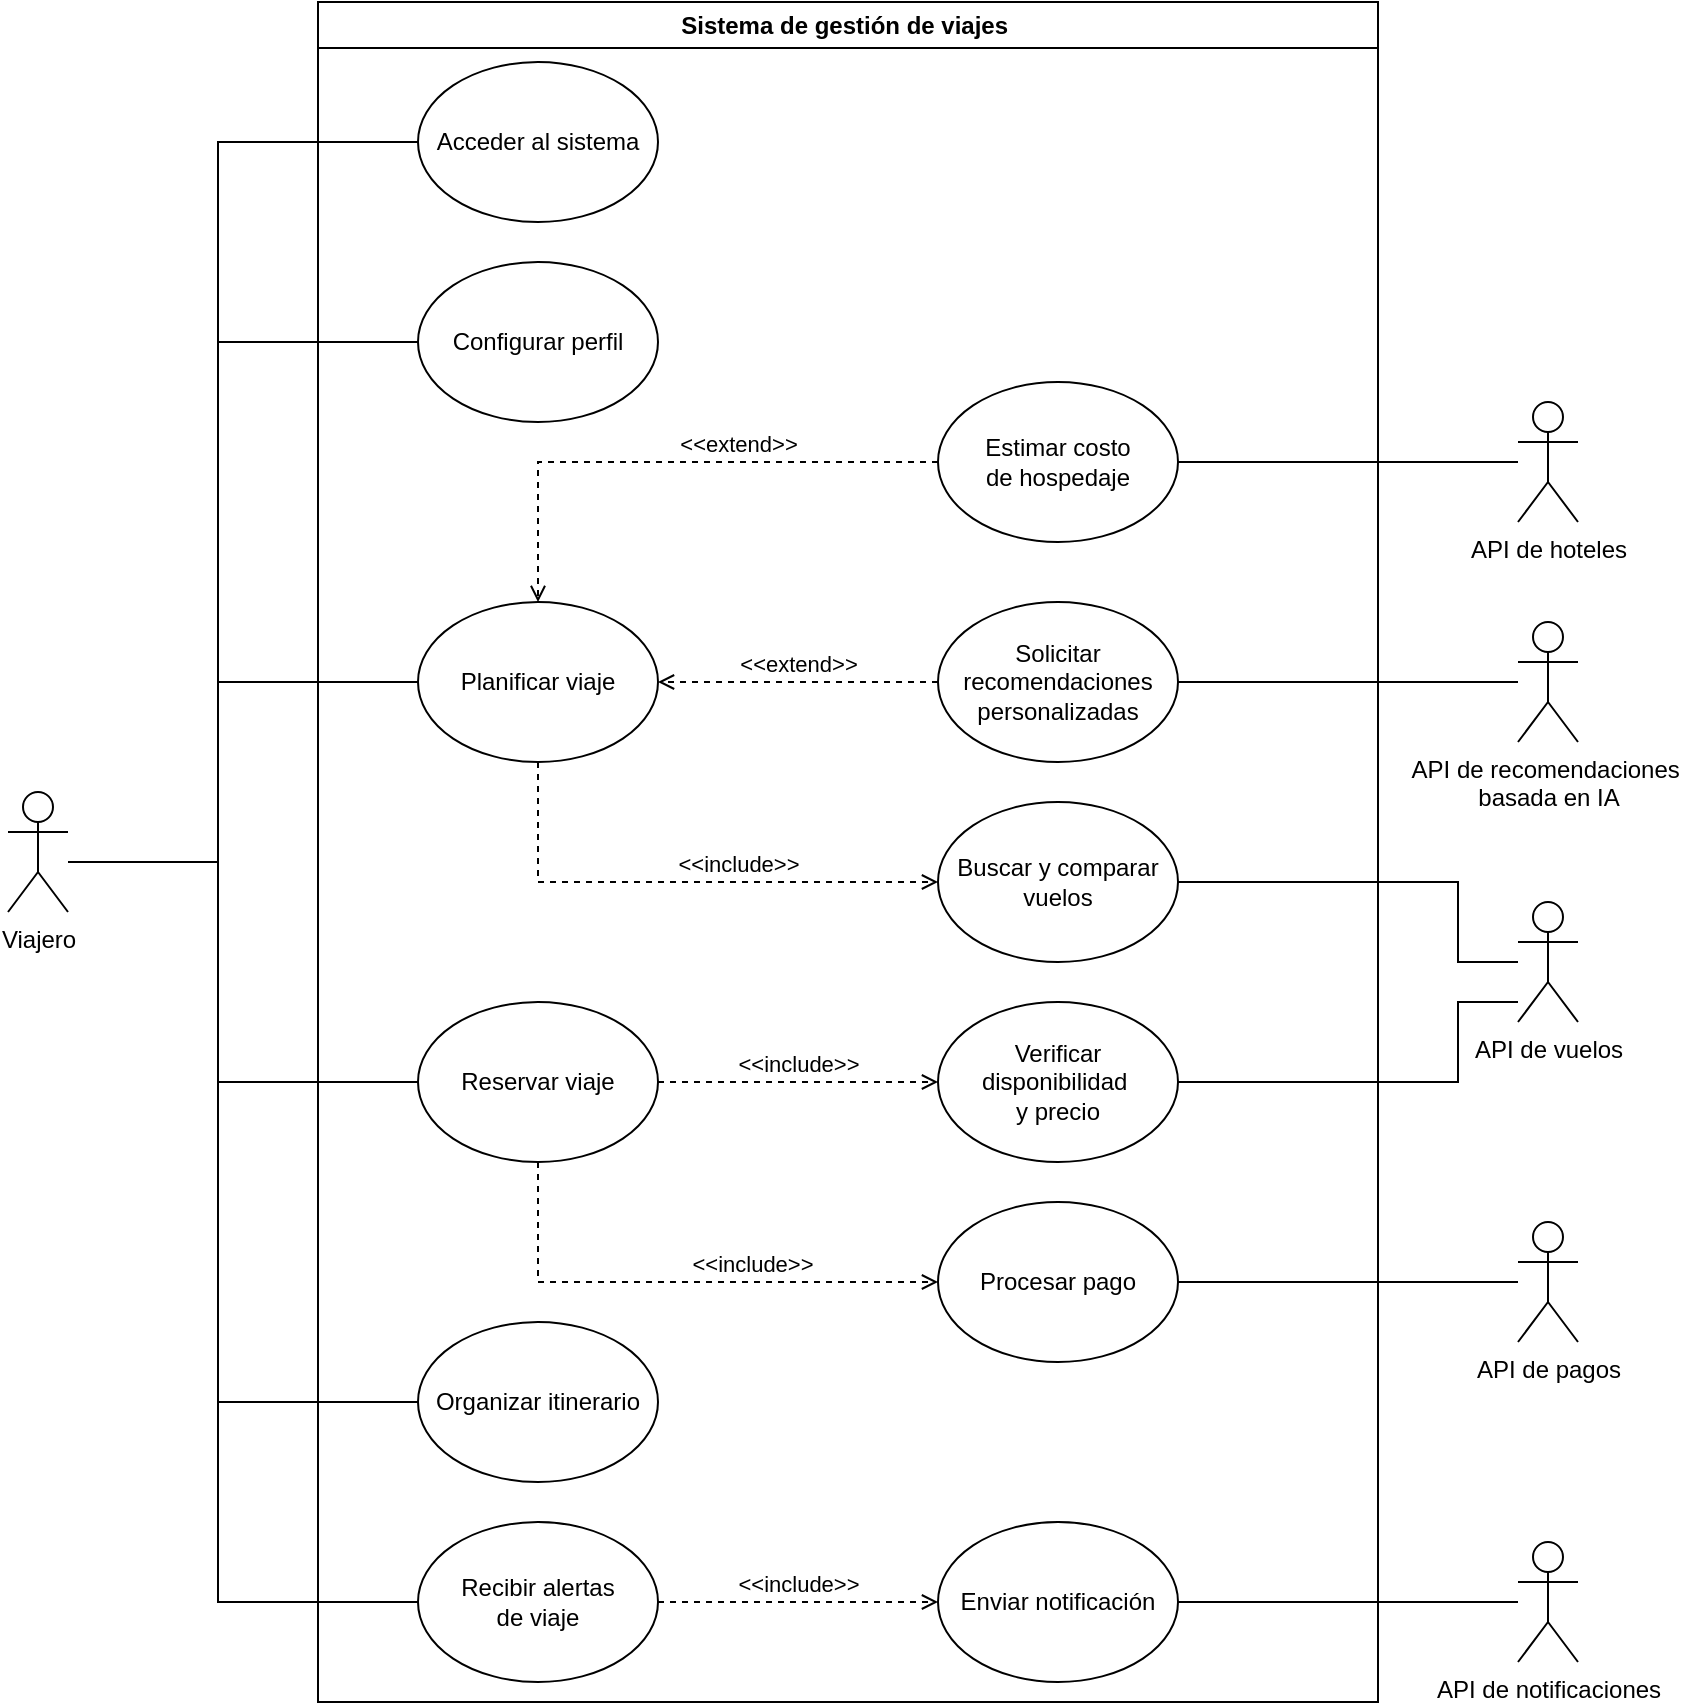
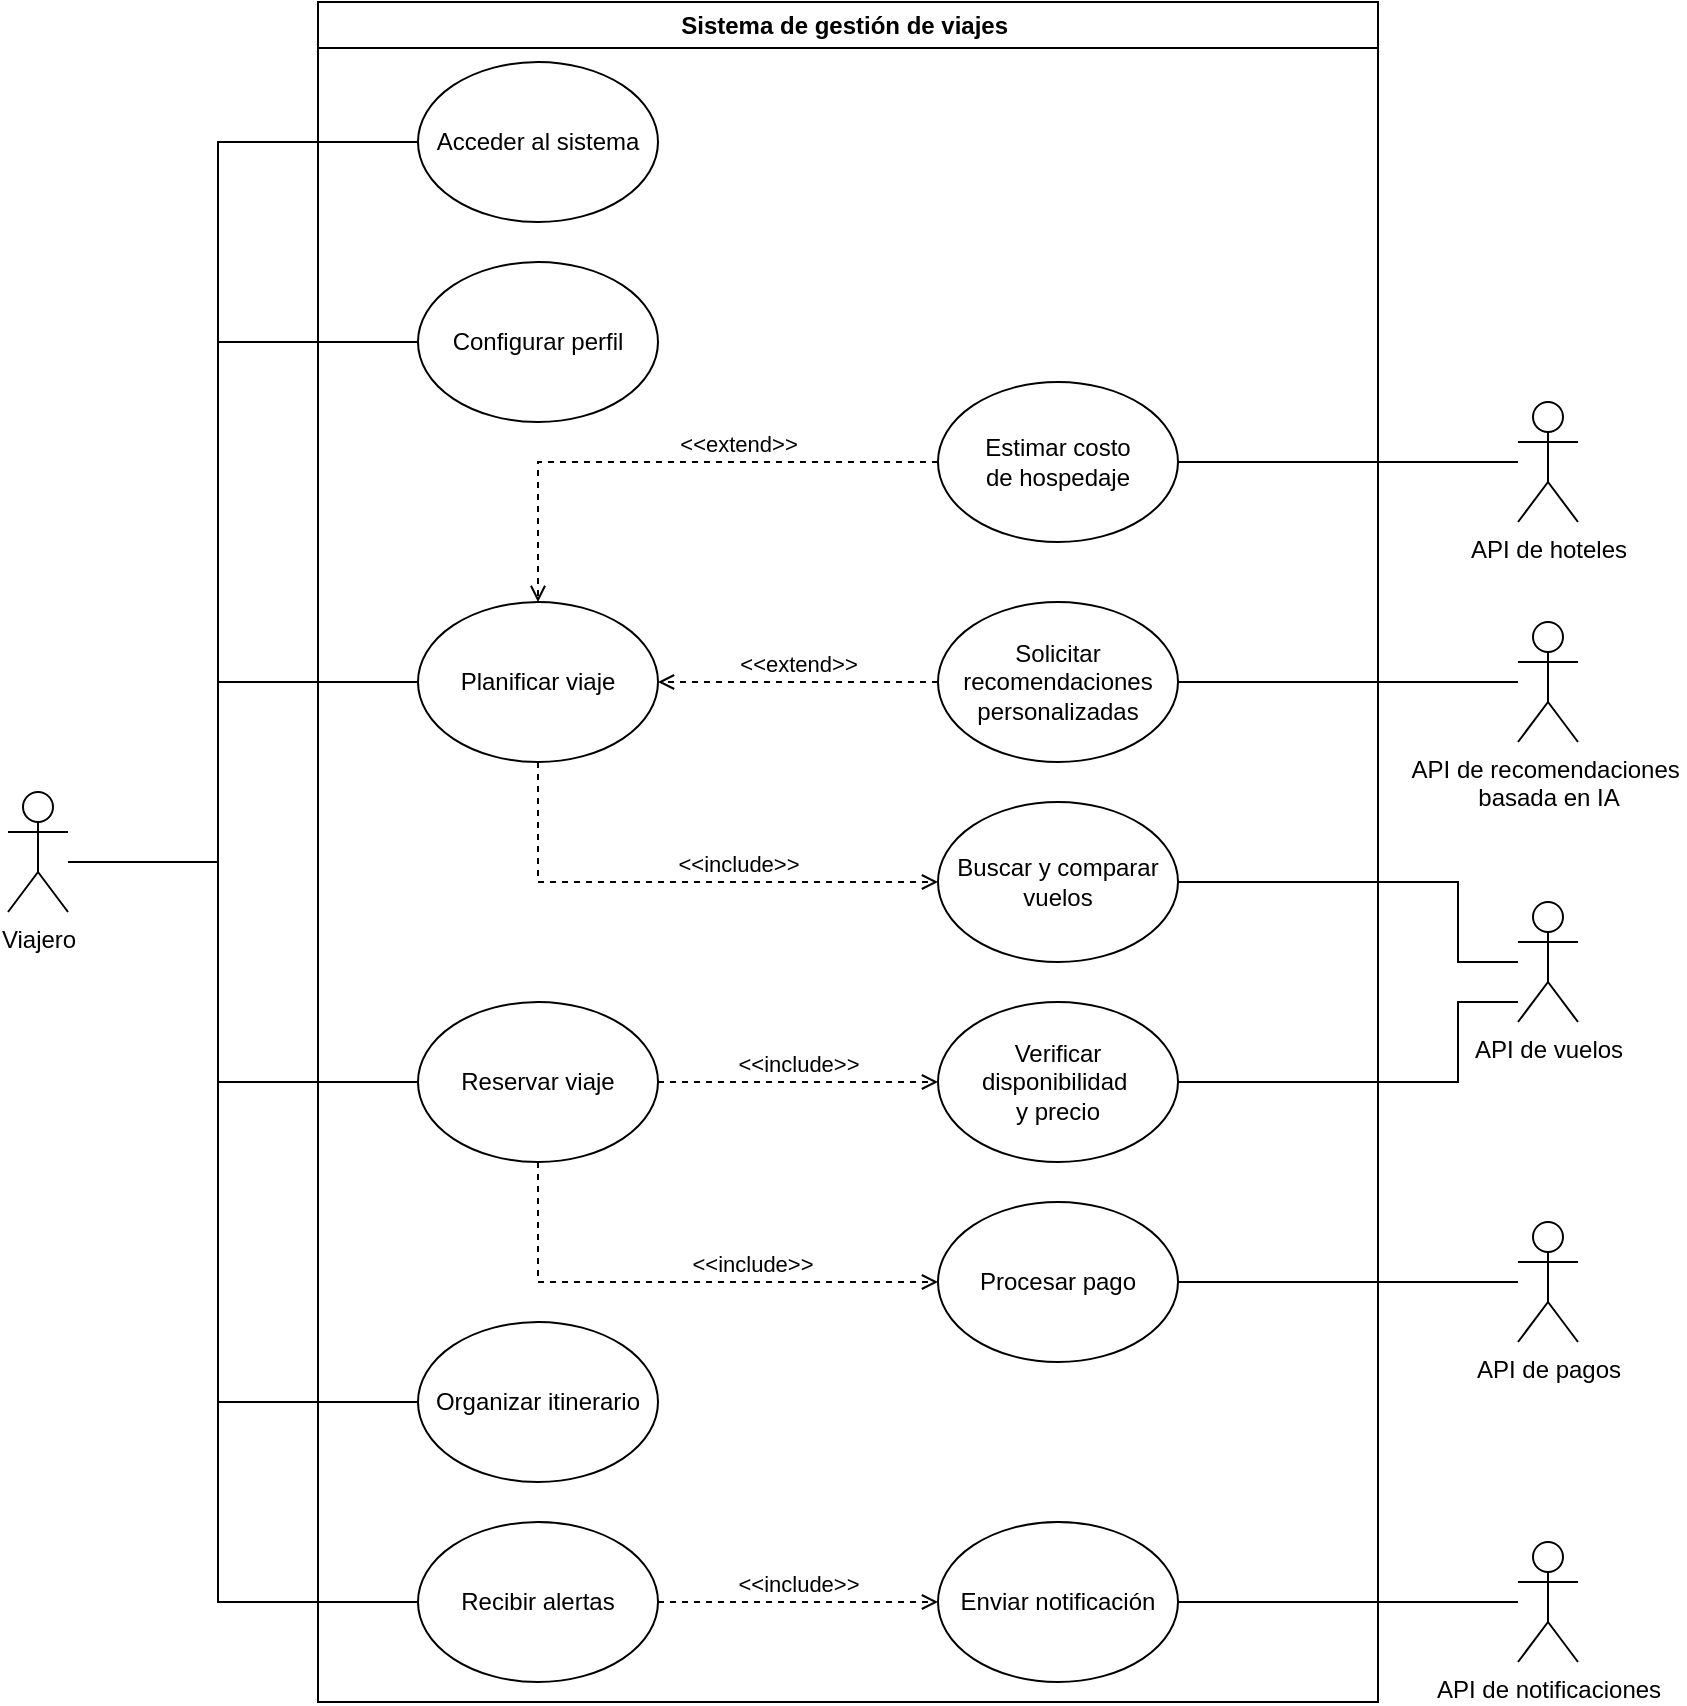
<mxfile host="app.diagrams.net">
  <diagram name="Page-1" id="XnlLk0_bylsUyL-8FBiT">
-     <mxGraphModel dx="1166" dy="803" grid="1" gridSize="10" guides="1" tooltips="1" connect="1" arrows="1" fold="1" page="1" pageScale="1" pageWidth="850" pageHeight="1100" math="0" shadow="0">
+     <mxGraphModel dx="1737" dy="909" grid="1" gridSize="10" guides="1" tooltips="1" connect="1" arrows="1" fold="1" page="1" pageScale="1" pageWidth="850" pageHeight="1100" math="0" shadow="0">
      <root>
        <mxCell id="0" />
        <mxCell id="1" parent="0" />
        <mxCell id="KQGbA0OoH7bpT-P9qRUj-61" edge="1" parent="1" source="KQGbA0OoH7bpT-P9qRUj-1" style="edgeStyle=orthogonalEdgeStyle;rounded=0;orthogonalLoop=1;jettySize=auto;html=1;entryX=0;entryY=0.5;entryDx=0;entryDy=0;endArrow=none;endFill=0;" target="KQGbA0OoH7bpT-P9qRUj-55">
          <mxGeometry relative="1" as="geometry">
            <Array as="points">
              <mxPoint x="220" y="600" />
              <mxPoint x="220" y="240" />
            </Array>
          </mxGeometry>
        </mxCell>
        <mxCell id="KQGbA0OoH7bpT-P9qRUj-62" edge="1" parent="1" source="KQGbA0OoH7bpT-P9qRUj-1" style="edgeStyle=orthogonalEdgeStyle;rounded=0;orthogonalLoop=1;jettySize=auto;html=1;entryX=0;entryY=0.5;entryDx=0;entryDy=0;endArrow=none;endFill=0;" target="KQGbA0OoH7bpT-P9qRUj-56">
          <mxGeometry relative="1" as="geometry">
            <Array as="points">
              <mxPoint x="220" y="600" />
              <mxPoint x="220" y="340" />
            </Array>
          </mxGeometry>
        </mxCell>
        <mxCell id="KQGbA0OoH7bpT-P9qRUj-63" edge="1" parent="1" source="KQGbA0OoH7bpT-P9qRUj-1" style="edgeStyle=orthogonalEdgeStyle;rounded=0;orthogonalLoop=1;jettySize=auto;html=1;entryX=0;entryY=0.5;entryDx=0;entryDy=0;endArrow=none;endFill=0;" target="KQGbA0OoH7bpT-P9qRUj-57">
          <mxGeometry relative="1" as="geometry">
            <Array as="points">
              <mxPoint x="220" y="600" />
              <mxPoint x="220" y="510" />
            </Array>
          </mxGeometry>
        </mxCell>
        <mxCell id="KQGbA0OoH7bpT-P9qRUj-64" edge="1" parent="1" source="KQGbA0OoH7bpT-P9qRUj-1" style="edgeStyle=orthogonalEdgeStyle;rounded=0;orthogonalLoop=1;jettySize=auto;html=1;entryX=0;entryY=0.5;entryDx=0;entryDy=0;endArrow=none;endFill=0;" target="KQGbA0OoH7bpT-P9qRUj-58">
          <mxGeometry relative="1" as="geometry">
            <Array as="points">
              <mxPoint x="220" y="600" />
              <mxPoint x="220" y="710" />
            </Array>
          </mxGeometry>
        </mxCell>
        <mxCell id="KQGbA0OoH7bpT-P9qRUj-65" edge="1" parent="1" source="KQGbA0OoH7bpT-P9qRUj-1" style="edgeStyle=orthogonalEdgeStyle;rounded=0;orthogonalLoop=1;jettySize=auto;html=1;entryX=0;entryY=0.5;entryDx=0;entryDy=0;endArrow=none;endFill=0;" target="KQGbA0OoH7bpT-P9qRUj-59">
          <mxGeometry relative="1" as="geometry">
            <Array as="points">
              <mxPoint x="220" y="600" />
              <mxPoint x="220" y="870" />
            </Array>
          </mxGeometry>
        </mxCell>
        <mxCell id="KQGbA0OoH7bpT-P9qRUj-66" edge="1" parent="1" source="KQGbA0OoH7bpT-P9qRUj-1" style="edgeStyle=orthogonalEdgeStyle;rounded=0;orthogonalLoop=1;jettySize=auto;html=1;entryX=0;entryY=0.5;entryDx=0;entryDy=0;endArrow=none;endFill=0;" target="KQGbA0OoH7bpT-P9qRUj-60">
          <mxGeometry relative="1" as="geometry">
            <Array as="points">
              <mxPoint x="220" y="600" />
              <mxPoint x="220" y="970" />
            </Array>
          </mxGeometry>
        </mxCell>
        <mxCell id="KQGbA0OoH7bpT-P9qRUj-1" parent="1" style="shape=umlActor;verticalLabelPosition=bottom;verticalAlign=top;html=1;outlineConnect=0;" value="Viajero" vertex="1">
          <mxGeometry height="60" width="30" x="115" y="565" as="geometry" />
        </mxCell>
        <mxCell id="KQGbA0OoH7bpT-P9qRUj-2" parent="1" style="swimlane;whiteSpace=wrap;html=1;" value="Sistema de gestión de viajes&amp;nbsp;" vertex="1">
          <mxGeometry height="850" width="530" x="270" y="170" as="geometry" />
        </mxCell>
        <mxCell id="KQGbA0OoH7bpT-P9qRUj-55" parent="KQGbA0OoH7bpT-P9qRUj-2" style="ellipse;whiteSpace=wrap;html=1;" value="Acceder al sistema" vertex="1">
          <mxGeometry height="80" width="120" x="50" y="30" as="geometry" />
        </mxCell>
        <mxCell id="KQGbA0OoH7bpT-P9qRUj-56" parent="KQGbA0OoH7bpT-P9qRUj-2" style="ellipse;whiteSpace=wrap;html=1;" value="&lt;div&gt;Configurar perfil&lt;/div&gt;" vertex="1">
          <mxGeometry height="80" width="120" x="50" y="130" as="geometry" />
        </mxCell>
        <mxCell id="KQGbA0OoH7bpT-P9qRUj-57" parent="KQGbA0OoH7bpT-P9qRUj-2" style="ellipse;whiteSpace=wrap;html=1;" value="Planificar viaje" vertex="1">
          <mxGeometry height="80" width="120" x="50" y="300" as="geometry" />
        </mxCell>
        <mxCell id="KQGbA0OoH7bpT-P9qRUj-59" parent="KQGbA0OoH7bpT-P9qRUj-2" style="ellipse;whiteSpace=wrap;html=1;" value="Organizar itinerario" vertex="1">
          <mxGeometry height="80" width="120" x="50" y="660" as="geometry" />
        </mxCell>
        <mxCell id="KQGbA0OoH7bpT-P9qRUj-58" parent="KQGbA0OoH7bpT-P9qRUj-2" style="ellipse;whiteSpace=wrap;html=1;" value="Reservar viaje" vertex="1">
          <mxGeometry height="80" width="120" x="50" y="500" as="geometry" />
        </mxCell>
-         <mxCell id="KQGbA0OoH7bpT-P9qRUj-60" parent="KQGbA0OoH7bpT-P9qRUj-2" style="ellipse;whiteSpace=wrap;html=1;" value="&lt;div&gt;Recibir alertas&lt;/div&gt;&lt;div&gt;de viaje&lt;/div&gt;" vertex="1">
+         <mxCell id="KQGbA0OoH7bpT-P9qRUj-60" parent="KQGbA0OoH7bpT-P9qRUj-2" style="ellipse;whiteSpace=wrap;html=1;" value="&lt;div&gt;Recibir alertas&lt;/div&gt;" vertex="1">
          <mxGeometry height="80" width="120" x="50" y="760" as="geometry" />
        </mxCell>
        <mxCell id="KQGbA0OoH7bpT-P9qRUj-67" parent="KQGbA0OoH7bpT-P9qRUj-2" style="ellipse;whiteSpace=wrap;html=1;" value="Buscar y comparar vuelos" vertex="1">
          <mxGeometry height="80" width="120" x="310" y="400" as="geometry" />
        </mxCell>
        <mxCell id="KQGbA0OoH7bpT-P9qRUj-68" parent="KQGbA0OoH7bpT-P9qRUj-2" style="ellipse;whiteSpace=wrap;html=1;" value="Solicitar recomendaciones personalizadas" vertex="1">
          <mxGeometry height="80" width="120" x="310" y="300" as="geometry" />
        </mxCell>
        <mxCell id="KQGbA0OoH7bpT-P9qRUj-72" parent="KQGbA0OoH7bpT-P9qRUj-2" style="ellipse;whiteSpace=wrap;html=1;" value="&lt;div&gt;Estimar costo&lt;/div&gt;&lt;div&gt;de hospedaje&lt;/div&gt;" vertex="1">
          <mxGeometry height="80" width="120" x="310" y="190" as="geometry" />
        </mxCell>
        <mxCell id="KQGbA0OoH7bpT-P9qRUj-73" edge="1" parent="KQGbA0OoH7bpT-P9qRUj-2" source="KQGbA0OoH7bpT-P9qRUj-72" style="html=1;verticalAlign=bottom;labelBackgroundColor=none;endArrow=open;endFill=0;dashed=1;rounded=0;entryX=0.5;entryY=0;entryDx=0;entryDy=0;exitX=0;exitY=0.5;exitDx=0;exitDy=0;" target="KQGbA0OoH7bpT-P9qRUj-57" value="&amp;lt;&amp;lt;extend&amp;gt;&amp;gt;">
          <mxGeometry relative="1" width="160" x="-0.2593" as="geometry">
            <mxPoint as="offset" />
            <Array as="points">
              <mxPoint x="110" y="230" />
            </Array>
            <mxPoint x="270" y="320" as="sourcePoint" />
            <mxPoint x="430" y="320" as="targetPoint" />
          </mxGeometry>
        </mxCell>
        <mxCell id="KQGbA0OoH7bpT-P9qRUj-74" parent="KQGbA0OoH7bpT-P9qRUj-2" style="ellipse;whiteSpace=wrap;html=1;" value="&lt;div&gt;Verificar disponibilidad&amp;nbsp;&lt;/div&gt;&lt;div&gt;y precio&lt;/div&gt;" vertex="1">
          <mxGeometry height="80" width="120" x="310" y="500" as="geometry" />
        </mxCell>
        <mxCell id="KQGbA0OoH7bpT-P9qRUj-75" parent="KQGbA0OoH7bpT-P9qRUj-2" style="ellipse;whiteSpace=wrap;html=1;" value="Procesar pago" vertex="1">
          <mxGeometry height="80" width="120" x="310" y="600" as="geometry" />
        </mxCell>
        <mxCell id="KQGbA0OoH7bpT-P9qRUj-76" edge="1" parent="KQGbA0OoH7bpT-P9qRUj-2" source="KQGbA0OoH7bpT-P9qRUj-58" style="html=1;verticalAlign=bottom;labelBackgroundColor=none;endArrow=open;endFill=0;dashed=1;rounded=0;entryX=0;entryY=0.5;entryDx=0;entryDy=0;exitX=1;exitY=0.5;exitDx=0;exitDy=0;" target="KQGbA0OoH7bpT-P9qRUj-74" value="&amp;lt;&amp;lt;include&amp;gt;&amp;gt;">
          <mxGeometry relative="1" width="160" as="geometry">
            <mxPoint x="210" y="460" as="sourcePoint" />
            <mxPoint x="370" y="460" as="targetPoint" />
          </mxGeometry>
        </mxCell>
        <mxCell id="KQGbA0OoH7bpT-P9qRUj-77" edge="1" parent="KQGbA0OoH7bpT-P9qRUj-2" source="KQGbA0OoH7bpT-P9qRUj-58" style="html=1;verticalAlign=bottom;labelBackgroundColor=none;endArrow=open;endFill=0;dashed=1;rounded=0;exitX=0.5;exitY=1;exitDx=0;exitDy=0;entryX=0;entryY=0.5;entryDx=0;entryDy=0;" target="KQGbA0OoH7bpT-P9qRUj-75" value="&amp;lt;&amp;lt;include&amp;gt;&amp;gt;">
          <mxGeometry relative="1" width="160" x="0.28" as="geometry">
            <mxPoint as="offset" />
            <Array as="points">
              <mxPoint x="110" y="640" />
            </Array>
            <mxPoint x="210" y="460" as="sourcePoint" />
            <mxPoint x="370" y="460" as="targetPoint" />
          </mxGeometry>
        </mxCell>
        <mxCell id="KQGbA0OoH7bpT-P9qRUj-78" parent="KQGbA0OoH7bpT-P9qRUj-2" style="ellipse;whiteSpace=wrap;html=1;" value="Enviar notificación" vertex="1">
          <mxGeometry height="80" width="120" x="310" y="760" as="geometry" />
        </mxCell>
        <mxCell id="KQGbA0OoH7bpT-P9qRUj-79" edge="1" parent="KQGbA0OoH7bpT-P9qRUj-2" source="KQGbA0OoH7bpT-P9qRUj-60" style="html=1;verticalAlign=bottom;labelBackgroundColor=none;endArrow=open;endFill=0;dashed=1;rounded=0;entryX=0;entryY=0.5;entryDx=0;entryDy=0;exitX=1;exitY=0.5;exitDx=0;exitDy=0;" target="KQGbA0OoH7bpT-P9qRUj-78" value="&amp;lt;&amp;lt;include&amp;gt;&amp;gt;">
          <mxGeometry relative="1" width="160" as="geometry">
            <mxPoint x="210" y="460" as="sourcePoint" />
            <mxPoint x="370" y="460" as="targetPoint" />
          </mxGeometry>
        </mxCell>
        <mxCell id="KQGbA0OoH7bpT-P9qRUj-93" edge="1" parent="KQGbA0OoH7bpT-P9qRUj-2" source="KQGbA0OoH7bpT-P9qRUj-57" style="html=1;verticalAlign=bottom;labelBackgroundColor=none;endArrow=open;endFill=0;dashed=1;rounded=0;exitX=0.5;exitY=1;exitDx=0;exitDy=0;entryX=0;entryY=0.5;entryDx=0;entryDy=0;" target="KQGbA0OoH7bpT-P9qRUj-67" value="&amp;lt;&amp;lt;include&amp;gt;&amp;gt;">
          <mxGeometry relative="1" width="160" x="0.2308" as="geometry">
            <mxPoint as="offset" />
            <Array as="points">
              <mxPoint x="110" y="440" />
            </Array>
            <mxPoint x="450" y="490" as="sourcePoint" />
            <mxPoint x="610" y="490" as="targetPoint" />
          </mxGeometry>
        </mxCell>
        <mxCell id="KQGbA0OoH7bpT-P9qRUj-94" edge="1" parent="KQGbA0OoH7bpT-P9qRUj-2" source="KQGbA0OoH7bpT-P9qRUj-68" style="html=1;verticalAlign=bottom;labelBackgroundColor=none;endArrow=open;endFill=0;dashed=1;rounded=0;entryX=1;entryY=0.5;entryDx=0;entryDy=0;exitX=0;exitY=0.5;exitDx=0;exitDy=0;" target="KQGbA0OoH7bpT-P9qRUj-57" value="&amp;lt;&amp;lt;extend&amp;gt;&amp;gt;">
          <mxGeometry relative="1" width="160" as="geometry">
            <mxPoint x="450" y="490" as="sourcePoint" />
            <mxPoint x="610" y="490" as="targetPoint" />
          </mxGeometry>
        </mxCell>
        <mxCell id="KQGbA0OoH7bpT-P9qRUj-96" edge="1" parent="1" source="KQGbA0OoH7bpT-P9qRUj-80" style="edgeStyle=orthogonalEdgeStyle;rounded=0;orthogonalLoop=1;jettySize=auto;html=1;entryX=1;entryY=0.5;entryDx=0;entryDy=0;endArrow=none;endFill=0;" target="KQGbA0OoH7bpT-P9qRUj-67">
          <mxGeometry relative="1" as="geometry">
            <Array as="points">
              <mxPoint x="840" y="650" />
              <mxPoint x="840" y="610" />
            </Array>
          </mxGeometry>
        </mxCell>
        <mxCell id="KQGbA0OoH7bpT-P9qRUj-97" edge="1" parent="1" source="KQGbA0OoH7bpT-P9qRUj-80" style="edgeStyle=orthogonalEdgeStyle;rounded=0;orthogonalLoop=1;jettySize=auto;html=1;entryX=1;entryY=0.5;entryDx=0;entryDy=0;endArrow=none;endFill=0;" target="KQGbA0OoH7bpT-P9qRUj-74">
          <mxGeometry relative="1" as="geometry">
            <Array as="points">
              <mxPoint x="840" y="670" />
              <mxPoint x="840" y="710" />
            </Array>
          </mxGeometry>
        </mxCell>
        <mxCell id="KQGbA0OoH7bpT-P9qRUj-80" parent="1" style="shape=umlActor;verticalLabelPosition=bottom;verticalAlign=top;html=1;outlineConnect=0;" value="API de vuelos" vertex="1">
          <mxGeometry height="60" width="30" x="870" y="620" as="geometry" />
        </mxCell>
        <mxCell id="KQGbA0OoH7bpT-P9qRUj-89" edge="1" parent="1" source="KQGbA0OoH7bpT-P9qRUj-81" style="edgeStyle=orthogonalEdgeStyle;rounded=0;orthogonalLoop=1;jettySize=auto;html=1;entryX=1;entryY=0.5;entryDx=0;entryDy=0;endArrow=none;endFill=0;" target="KQGbA0OoH7bpT-P9qRUj-68">
          <mxGeometry relative="1" as="geometry" />
        </mxCell>
        <mxCell id="KQGbA0OoH7bpT-P9qRUj-81" parent="1" style="shape=umlActor;verticalLabelPosition=bottom;verticalAlign=top;html=1;outlineConnect=0;" value="&lt;div&gt;API de recomendaciones&amp;nbsp;&lt;/div&gt;&lt;div&gt;basada en IA&lt;/div&gt;" vertex="1">
          <mxGeometry height="60" width="30" x="870" y="480" as="geometry" />
        </mxCell>
        <mxCell id="KQGbA0OoH7bpT-P9qRUj-90" edge="1" parent="1" source="KQGbA0OoH7bpT-P9qRUj-82" style="edgeStyle=orthogonalEdgeStyle;rounded=0;orthogonalLoop=1;jettySize=auto;html=1;entryX=1;entryY=0.5;entryDx=0;entryDy=0;endArrow=none;endFill=0;" target="KQGbA0OoH7bpT-P9qRUj-72">
          <mxGeometry relative="1" as="geometry" />
        </mxCell>
        <mxCell id="KQGbA0OoH7bpT-P9qRUj-82" parent="1" style="shape=umlActor;verticalLabelPosition=bottom;verticalAlign=top;html=1;outlineConnect=0;" value="API de hoteles" vertex="1">
          <mxGeometry height="60" width="30" x="870" y="370" as="geometry" />
        </mxCell>
        <mxCell id="KQGbA0OoH7bpT-P9qRUj-91" edge="1" parent="1" source="KQGbA0OoH7bpT-P9qRUj-83" style="edgeStyle=orthogonalEdgeStyle;rounded=0;orthogonalLoop=1;jettySize=auto;html=1;entryX=1;entryY=0.5;entryDx=0;entryDy=0;endArrow=none;endFill=0;" target="KQGbA0OoH7bpT-P9qRUj-75">
          <mxGeometry relative="1" as="geometry" />
        </mxCell>
        <mxCell id="KQGbA0OoH7bpT-P9qRUj-83" parent="1" style="shape=umlActor;verticalLabelPosition=bottom;verticalAlign=top;html=1;outlineConnect=0;" value="API de pagos" vertex="1">
          <mxGeometry height="60" width="30" x="870" y="780" as="geometry" />
        </mxCell>
        <mxCell id="KQGbA0OoH7bpT-P9qRUj-92" edge="1" parent="1" source="KQGbA0OoH7bpT-P9qRUj-84" style="edgeStyle=orthogonalEdgeStyle;rounded=0;orthogonalLoop=1;jettySize=auto;html=1;entryX=1;entryY=0.5;entryDx=0;entryDy=0;endArrow=none;endFill=0;" target="KQGbA0OoH7bpT-P9qRUj-78">
          <mxGeometry relative="1" as="geometry" />
        </mxCell>
        <mxCell id="KQGbA0OoH7bpT-P9qRUj-84" parent="1" style="shape=umlActor;verticalLabelPosition=bottom;verticalAlign=top;html=1;outlineConnect=0;" value="API de notificaciones" vertex="1">
          <mxGeometry height="60" width="30" x="870" y="940" as="geometry" />
        </mxCell>
      </root>
    </mxGraphModel>
  </diagram>
</mxfile>
